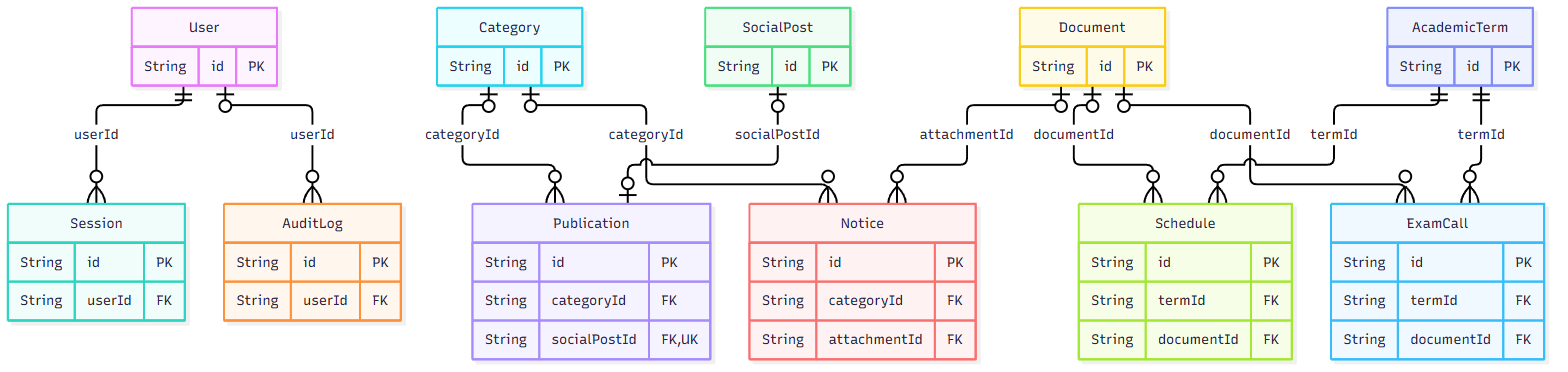
This is docs/entrega/diagramas/der-completo.png from IFTS29-TalentoTech/ifts2-plataforma, a Mermaid export, as it was before one commit. Its source is kept beside it as docs/entrega/diagramas/der-completo.mmd. The source it was exported from:
```mermaid
erDiagram
  User {
    String id PK
    String roleId FK
  }
  Session {
    String id PK
    String userId FK
  }
  AuditLog {
    String id PK
    String userId FK
  }
  Category {
    String id PK
  }
  SocialPost {
    String id PK
  }
  Publication {
    String id PK
    String categoryId FK
    String socialPostId FK,UK
  }
  Notice {
    String id PK
    String categoryId FK
    String attachmentId FK
  }
  Document {
    String id PK
  }
  AcademicTerm {
    String id PK
  }
  Schedule {
    String id PK
    String termId FK
    String documentId FK
  }
  ExamCall {
    String id PK
    String termId FK
    String documentId FK
  }
  User ||--o{ Session : "userId"
  Category |o--o{ Publication : "categoryId"
  SocialPost |o--o| Publication : "socialPostId"
  Category |o--o{ Notice : "categoryId"
  Document |o--o{ Notice : "attachmentId"
  AcademicTerm ||--o{ Schedule : "termId"
  Document |o--o{ Schedule : "documentId"
  AcademicTerm ||--o{ ExamCall : "termId"
  Document |o--o{ ExamCall : "documentId"
  User |o--o{ AuditLog : "userId"
```
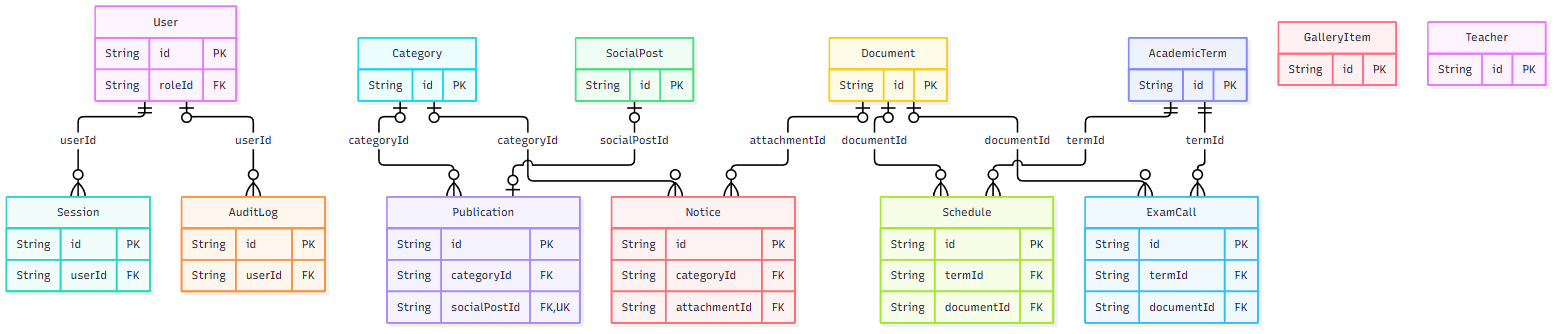
The same diagram one commit later.

Diff of the diagram source:
```diff
@@ -43,6 +43,12 @@
     String termId FK
     String documentId FK
   }
+  GalleryItem {
+    String id PK
+  }
+  Teacher {
+    String id PK
+  }
   User ||--o{ Session : "userId"
   Category |o--o{ Publication : "categoryId"
   SocialPost |o--o| Publication : "socialPostId"
```
